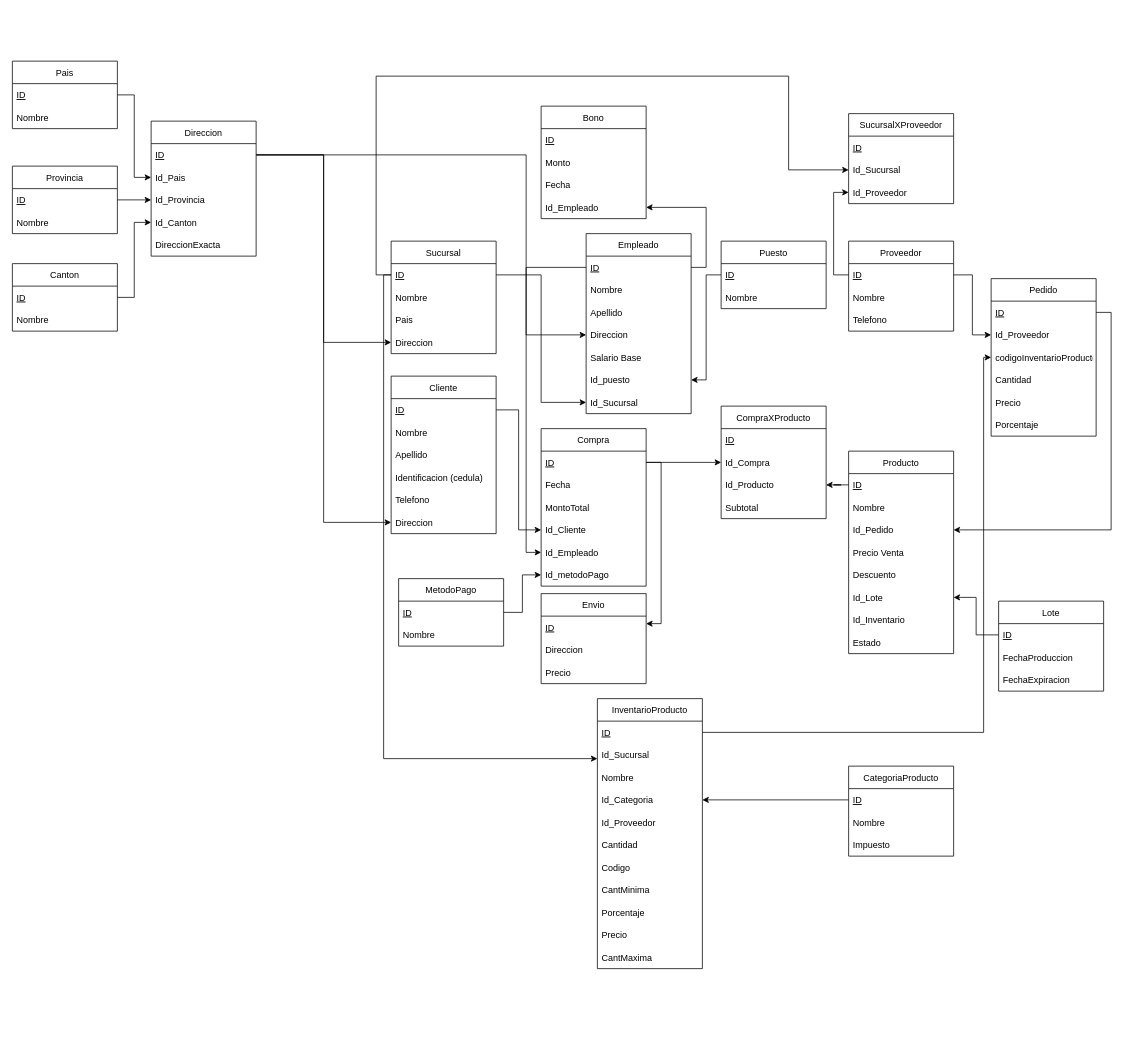
Valhylian/Proyecto1-BD keeps this draw.io diagram as diagrama de tablas.drawio. Above is the earlier version. Source tidied: cells renumbered, new cells numbered last; positions are measured from the earlier drawing's top-left corner, leaving out a move shared by most shapes. Both pictures are drawn from the tidied source at 75%, with x=0, y=0 at pixel (12, 61).
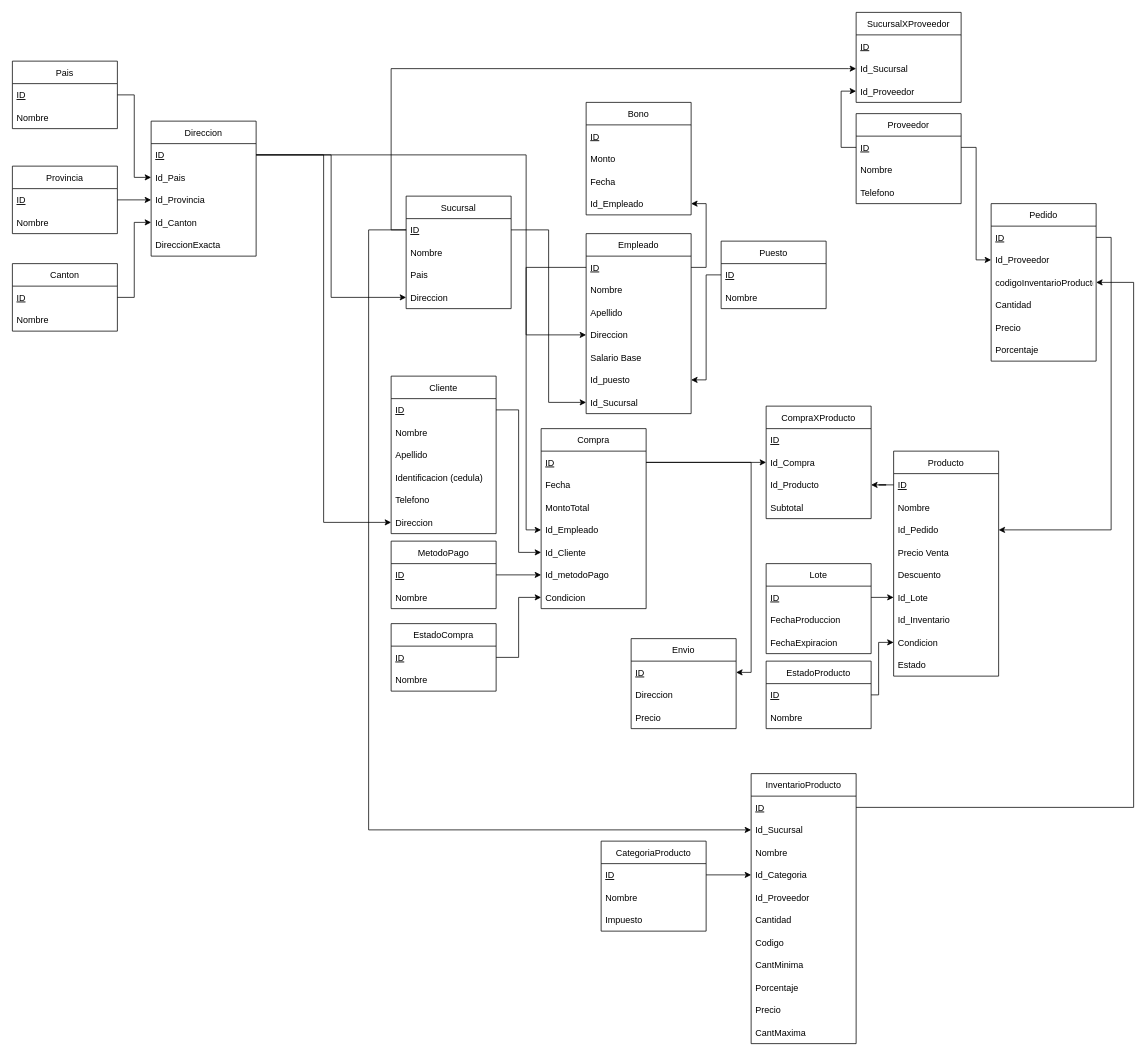
Above is the later version.

Unchanged cells that the change refers to:
```xml
<mxCell id="3" value="ID" style="text;strokeColor=none;fillColor=none;align=left;verticalAlign=middle;spacingLeft=4;spacingRight=4;overflow=hidden;points=[[0,0.5],[1,0.5]];portConstraint=eastwest;fontStyle=4;" parent="2" vertex="1">
  <mxGeometry y="30" width="140" height="30" as="geometry" />
</mxCell>
<mxCell id="28" value="ID" style="text;strokeColor=none;fillColor=none;align=left;verticalAlign=middle;spacingLeft=4;spacingRight=4;overflow=hidden;points=[[0,0.5],[1,0.5]];portConstraint=eastwest;fontStyle=4;" parent="27" vertex="1">
  <mxGeometry y="30" width="140" height="30" as="geometry" />
</mxCell>
<mxCell id="46" value="Id_Lote" style="text;strokeColor=none;fillColor=none;align=left;verticalAlign=middle;spacingLeft=4;spacingRight=4;overflow=hidden;points=[[0,0.5],[1,0.5]];portConstraint=eastwest;" parent="40" vertex="1">
  <mxGeometry y="180" width="140" height="30" as="geometry" />
</mxCell>
<mxCell id="57" value="codigoInventarioProducto" style="text;strokeColor=none;fillColor=none;align=left;verticalAlign=middle;spacingLeft=4;spacingRight=4;overflow=hidden;points=[[0,0.5],[1,0.5]];portConstraint=eastwest;" parent="54" vertex="1">
  <mxGeometry y="90" width="140" height="30" as="geometry" />
</mxCell>
<mxCell id="63" value="ID" style="text;strokeColor=none;fillColor=none;align=left;verticalAlign=middle;spacingLeft=4;spacingRight=4;overflow=hidden;points=[[0,0.5],[1,0.5]];portConstraint=eastwest;fontStyle=4;" parent="62" vertex="1">
  <mxGeometry y="30" width="140" height="30" as="geometry" />
</mxCell>
<mxCell id="75" value="ID" style="text;strokeColor=none;fillColor=none;align=left;verticalAlign=middle;spacingLeft=4;spacingRight=4;overflow=hidden;points=[[0,0.5],[1,0.5]];portConstraint=eastwest;fontStyle=4;" parent="74" vertex="1">
  <mxGeometry y="30" width="140" height="30" as="geometry" />
</mxCell>
<mxCell id="80" value="ID" style="text;strokeColor=none;fillColor=none;align=left;verticalAlign=middle;spacingLeft=4;spacingRight=4;overflow=hidden;points=[[0,0.5],[1,0.5]];portConstraint=eastwest;fontStyle=4;" parent="79" vertex="1">
  <mxGeometry y="30" width="140" height="30" as="geometry" />
</mxCell>
<mxCell id="89" value="Id_Sucursal" style="text;strokeColor=none;fillColor=none;align=left;verticalAlign=middle;spacingLeft=4;spacingRight=4;overflow=hidden;points=[[0,0.5],[1,0.5]];portConstraint=eastwest;" parent="87" vertex="1">
  <mxGeometry y="60" width="140" height="30" as="geometry" />
</mxCell>
<mxCell id="94" value="ID" style="text;strokeColor=none;fillColor=none;align=left;verticalAlign=middle;spacingLeft=4;spacingRight=4;overflow=hidden;points=[[0,0.5],[1,0.5]];portConstraint=eastwest;fontStyle=4;" parent="93" vertex="1">
  <mxGeometry y="30" width="140" height="30" as="geometry" />
</mxCell>
<mxCell id="95" value="Id_Sucursal" style="text;strokeColor=none;fillColor=none;align=left;verticalAlign=middle;spacingLeft=4;spacingRight=4;overflow=hidden;points=[[0,0.5],[1,0.5]];portConstraint=eastwest;" parent="93" vertex="1">
  <mxGeometry y="60" width="140" height="30" as="geometry" />
</mxCell>
<mxCell id="97" value="Id_Categoria" style="text;strokeColor=none;fillColor=none;align=left;verticalAlign=middle;spacingLeft=4;spacingRight=4;overflow=hidden;points=[[0,0.5],[1,0.5]];portConstraint=eastwest;" parent="93" vertex="1">
  <mxGeometry y="120" width="140" height="30" as="geometry" />
</mxCell>
```

What changed in the source:
```diff
@@
     <mxCell id="2" value="Sucursal" style="swimlane;fontStyle=0;horizontal=1;startSize=30;" parent="1" vertex="1">
-      <mxGeometry x="505" y="240" width="140" height="150" as="geometry" />
+      <mxGeometry x="525" y="180" width="140" height="150" as="geometry" />
     </mxCell>
@@
     <mxCell id="27" value="Compra" style="swimlane;fontStyle=0;horizontal=1;startSize=30;" parent="1" vertex="1">
-      <mxGeometry x="705" y="490" width="140" height="210" as="geometry" />
+      <mxGeometry x="705" y="490" width="140" height="240" as="geometry" />
     </mxCell>
@@
+    <mxCell id="32" value="Id_Empleado" style="text;strokeColor=none;fillColor=none;align=left;verticalAlign=middle;spacingLeft=4;spacingRight=4;overflow=hidden;points=[[0,0.5],[1,0.5]];portConstraint=eastwest;" parent="27" vertex="1">
+      <mxGeometry y="120" width="140" height="30" as="geometry" />
+    </mxCell>
     <mxCell id="31" value="Id_Cliente" style="text;strokeColor=none;fillColor=none;align=left;verticalAlign=middle;spacingLeft=4;spacingRight=4;overflow=hidden;points=[[0,0.5],[1,0.5]];portConstraint=eastwest;" parent="27" vertex="1">
-      <mxGeometry y="120" width="140" height="30" as="geometry" />
+      <mxGeometry y="150" width="140" height="30" as="geometry" />
     </mxCell>
-    <mxCell id="32" value="Id_Empleado" style="text;strokeColor=none;fillColor=none;align=left;verticalAlign=middle;spacingLeft=4;spacingRight=4;overflow=hidden;points=[[0,0.5],[1,0.5]];portConstraint=eastwest;" parent="27" vertex="1">
-      <mxGeometry y="150" width="140" height="30" as="geometry" />
-    </mxCell>
@@
+    <mxCell id="131" value="Condicion" style="text;strokeColor=none;fillColor=none;align=left;verticalAlign=middle;spacingLeft=4;spacingRight=4;overflow=hidden;points=[[0,0.5],[1,0.5]];portConstraint=eastwest;" parent="27" vertex="1">
+      <mxGeometry y="210" width="140" height="30" as="geometry" />
+    </mxCell>
@@
     <mxCell id="35" value="CompraXProducto" style="swimlane;fontStyle=0;horizontal=1;startSize=30;" parent="1" vertex="1">
-      <mxGeometry x="945" y="460" width="140" height="150" as="geometry" />
+      <mxGeometry x="1005" y="460" width="140" height="150" as="geometry" />
     </mxCell>
@@
     <mxCell id="40" value="Producto" style="swimlane;fontStyle=0;horizontal=1;startSize=30;" parent="1" vertex="1">
-      <mxGeometry x="1115" y="520" width="140" height="270" as="geometry" />
+      <mxGeometry x="1175" y="520" width="140" height="300" as="geometry" />
     </mxCell>
@@
-    <mxCell id="48" value="Estado" style="text;strokeColor=none;fillColor=none;align=left;verticalAlign=middle;spacingLeft=4;spacingRight=4;overflow=hidden;points=[[0,0.5],[1,0.5]];portConstraint=eastwest;" parent="40" vertex="1">
+    <mxCell id="48" value="Condicion" style="text;strokeColor=none;fillColor=none;align=left;verticalAlign=middle;spacingLeft=4;spacingRight=4;overflow=hidden;points=[[0,0.5],[1,0.5]];portConstraint=eastwest;" parent="40" vertex="1">
       <mxGeometry y="240" width="140" height="30" as="geometry" />
     </mxCell>
+    <mxCell id="132" value="Estado" style="text;strokeColor=none;fillColor=none;align=left;verticalAlign=middle;spacingLeft=4;spacingRight=4;overflow=hidden;" parent="40" vertex="1">
+      <mxGeometry y="270" width="140" height="30" as="geometry" />
+    </mxCell>
@@
     <mxCell id="50" value="Proveedor" style="swimlane;fontStyle=0;horizontal=1;startSize=30;" parent="1" vertex="1">
-      <mxGeometry x="1115" y="240" width="140" height="120" as="geometry" />
+      <mxGeometry x="1125" y="70" width="140" height="120" as="geometry" />
     </mxCell>
@@
     <mxCell id="54" value="Pedido" style="swimlane;fontStyle=0;horizontal=1;startSize=30;" parent="1" vertex="1">
-      <mxGeometry x="1305" y="290" width="140" height="210" as="geometry" />
+      <mxGeometry x="1305" y="190" width="140" height="210" as="geometry" />
     </mxCell>
@@
     <mxCell id="62" value="CategoriaProducto" style="swimlane;fontStyle=0;horizontal=1;startSize=30;" parent="1" vertex="1">
-      <mxGeometry x="1115" y="940" width="140" height="120" as="geometry" />
+      <mxGeometry x="785" y="1040" width="140" height="120" as="geometry" />
     </mxCell>
@@
     <mxCell id="66" value="Bono" style="swimlane;fontStyle=0;horizontal=1;startSize=30;" parent="1" vertex="1">
-      <mxGeometry x="705" y="60" width="140" height="150" as="geometry" />
+      <mxGeometry x="765" y="55" width="140" height="150" as="geometry" />
     </mxCell>
@@
-    <mxCell id="72" style="edgeStyle=orthogonalEdgeStyle;rounded=0;jettySize=auto;html=1;exitX=0;exitY=0.5;exitDx=0;exitDy=0;entryX=1;entryY=0.5;entryDx=0;entryDy=0;" parent="1" edge="1" source="63" target="97">
-      <mxGeometry relative="1" as="geometry" />
-    </mxCell>
@@
     <mxCell id="74" value="Envio" style="swimlane;fontStyle=0;horizontal=1;startSize=30;" parent="1" vertex="1">
-      <mxGeometry x="705" y="710" width="140" height="120" as="geometry" />
+      <mxGeometry x="825" y="770" width="140" height="120" as="geometry" />
     </mxCell>
@@
-    <mxCell id="78" style="edgeStyle=orthogonalEdgeStyle;rounded=0;jettySize=auto;html=1;exitX=1;exitY=0.5;exitDx=0;exitDy=0;" parent="1" edge="1" source="28">
-      <mxGeometry relative="1" as="geometry">
-        <mxPoint x="845" y="750" as="targetPoint" />
-        <Array as="points">
-          <mxPoint x="865" y="535" />
-          <mxPoint x="865" y="750" />
-          <mxPoint x="845" y="750" />
-        </Array>
-      </mxGeometry>
-    </mxCell>
     <mxCell id="79" value="Lote" style="swimlane;fontStyle=0;horizontal=1;startSize=30;" parent="1" vertex="1">
-      <mxGeometry x="1315" y="720" width="140" height="120" as="geometry" />
+      <mxGeometry x="1005" y="670" width="140" height="120" as="geometry" />
     </mxCell>
@@
-    <mxCell id="83" style="edgeStyle=orthogonalEdgeStyle;rounded=0;jettySize=auto;html=1;exitX=0;exitY=0.5;exitDx=0;exitDy=0;entryX=1;entryY=0.5;entryDx=0;entryDy=0;" parent="1" edge="1" source="80" target="46">
-      <mxGeometry relative="1" as="geometry" />
-    </mxCell>
@@
     <mxCell id="87" value="SucursalXProveedor" style="swimlane;fontStyle=0;horizontal=1;startSize=30;" parent="1" vertex="1">
-      <mxGeometry x="1115" y="70" width="140" height="120" as="geometry" />
+      <mxGeometry x="1125" y="-65" width="140" height="120" as="geometry" />
     </mxCell>
@@
-    <mxCell id="91" style="edgeStyle=orthogonalEdgeStyle;rounded=0;jettySize=auto;html=1;exitX=0;exitY=0.5;exitDx=0;exitDy=0;entryX=0;entryY=0.5;entryDx=0;entryDy=0;" parent="1" edge="1" source="3" target="89">
-      <mxGeometry relative="1" as="geometry">
-        <Array as="points">
-          <mxPoint x="485" y="285" />
-          <mxPoint x="485" y="20" />
-          <mxPoint x="1035" y="20" />
-          <mxPoint x="1035" y="145" />
-        </Array>
-      </mxGeometry>
-    </mxCell>
@@
     <mxCell id="93" value="InventarioProducto" style="swimlane;fontStyle=0;horizontal=1;startSize=30;" parent="1" vertex="1">
-      <mxGeometry x="780" y="850" width="140" height="360" as="geometry" />
+      <mxGeometry x="985" y="950" width="140" height="360" as="geometry" />
     </mxCell>
@@
-    <mxCell id="105" style="edgeStyle=orthogonalEdgeStyle;rounded=0;jettySize=auto;html=1;exitX=0;exitY=0.5;exitDx=0;exitDy=0;" parent="1" edge="1" source="3">
-      <mxGeometry relative="1" as="geometry">
-        <mxPoint x="780" y="930" as="targetPoint" />
-        <Array as="points">
-          <mxPoint x="495" y="285" />
-          <mxPoint x="495" y="930" />
-          <mxPoint x="780" y="930" />
-        </Array>
-      </mxGeometry>
-    </mxCell>
     <mxCell id="106" value="MetodoPago" style="swimlane;fontStyle=0;horizontal=1;startSize=30;" parent="1" vertex="1">
-      <mxGeometry x="515" y="690" width="140" height="90" as="geometry" />
+      <mxGeometry x="505" y="640" width="140" height="90" as="geometry" />
     </mxCell>
@@
-    <mxCell id="111" style="edgeStyle=orthogonalEdgeStyle;rounded=0;jettySize=auto;html=1;entryX=0;entryY=0.5;entryDx=0;entryDy=0;exitX=1;exitY=0.5;exitDx=0;exitDy=0;" parent="1" edge="1" source="94" target="57">
-      <mxGeometry relative="1" as="geometry">
-        <Array as="points">
-          <mxPoint x="1295" y="895" />
-          <mxPoint x="1295" y="395" />
-        </Array>
-      </mxGeometry>
-    </mxCell>
@@
+    <mxCell id="91" style="edgeStyle=orthogonalEdgeStyle;rounded=0;jettySize=auto;html=1;exitX=0;exitY=0.5;exitDx=0;exitDy=0;entryX=0;entryY=0.5;entryDx=0;entryDy=0;" parent="1" edge="1" source="3" target="89">
+      <mxGeometry relative="1" as="geometry">
+        <Array as="points">
+          <mxPoint x="505" y="225" />
+          <mxPoint x="505" y="10" />
+          <mxPoint x="1115" y="10" />
+        </Array>
+      </mxGeometry>
+    </mxCell>
+    <mxCell id="72" style="edgeStyle=orthogonalEdgeStyle;rounded=0;jettySize=auto;html=1;exitX=1;exitY=0.5;exitDx=0;exitDy=0;entryX=0;entryY=0.5;entryDx=0;entryDy=0;" parent="1" edge="1" source="63" target="97">
+      <mxGeometry relative="1" as="geometry" />
+    </mxCell>
+    <mxCell id="83" style="edgeStyle=orthogonalEdgeStyle;rounded=0;jettySize=auto;html=1;exitX=1;exitY=0.5;exitDx=0;exitDy=0;entryX=0;entryY=0.5;entryDx=0;entryDy=0;" parent="1" edge="1" source="80" target="46">
+      <mxGeometry relative="1" as="geometry" />
+    </mxCell>
+    <mxCell id="133" style="edgeStyle=orthogonalEdgeStyle;rounded=0;jettySize=auto;html=1;exitX=1;exitY=0.5;exitDx=0;exitDy=0;entryX=1;entryY=0.5;entryDx=0;entryDy=0;" parent="1" edge="1" source="28" target="75">
+      <mxGeometry relative="1" as="geometry">
+        <Array as="points">
+          <mxPoint x="985" y="535" />
+          <mxPoint x="985" y="815" />
+        </Array>
+      </mxGeometry>
+    </mxCell>
+    <mxCell id="134" value="EstadoCompra" style="swimlane;fontStyle=0;horizontal=1;startSize=30;" parent="1" vertex="1">
+      <mxGeometry x="505" y="750" width="140" height="90" as="geometry" />
+    </mxCell>
+    <mxCell id="135" value="ID" style="text;strokeColor=none;fillColor=none;align=left;verticalAlign=middle;spacingLeft=4;spacingRight=4;overflow=hidden;points=[[0,0.5],[1,0.5]];portConstraint=eastwest;fontStyle=4;" parent="134" vertex="1">
+      <mxGeometry y="30" width="140" height="30" as="geometry" />
+    </mxCell>
+    <mxCell id="136" value="Nombre" style="text;strokeColor=none;fillColor=none;align=left;verticalAlign=middle;spacingLeft=4;spacingRight=4;overflow=hidden;" parent="134" vertex="1">
+      <mxGeometry y="60" width="140" height="30" as="geometry" />
+    </mxCell>
+    <mxCell id="137" style="edgeStyle=orthogonalEdgeStyle;rounded=0;jettySize=auto;html=1;exitX=1;exitY=0.5;exitDx=0;exitDy=0;entryX=0;entryY=0.5;entryDx=0;entryDy=0;" parent="1" edge="1" source="135" target="131">
+      <mxGeometry relative="1" as="geometry" />
+    </mxCell>
+    <mxCell id="138" value="EstadoProducto" style="swimlane;fontStyle=0;horizontal=1;startSize=30;" parent="1" vertex="1">
+      <mxGeometry x="1005" y="800" width="140" height="90" as="geometry" />
+    </mxCell>
+    <mxCell id="139" value="ID" style="text;strokeColor=none;fillColor=none;align=left;verticalAlign=middle;spacingLeft=4;spacingRight=4;overflow=hidden;points=[[0,0.5],[1,0.5]];portConstraint=eastwest;fontStyle=4;" parent="138" vertex="1">
+      <mxGeometry y="30" width="140" height="30" as="geometry" />
+    </mxCell>
+    <mxCell id="140" value="Nombre" style="text;strokeColor=none;fillColor=none;align=left;verticalAlign=middle;spacingLeft=4;spacingRight=4;overflow=hidden;" parent="138" vertex="1">
+      <mxGeometry y="60" width="140" height="30" as="geometry" />
+    </mxCell>
+    <mxCell id="111" style="edgeStyle=orthogonalEdgeStyle;rounded=0;jettySize=auto;html=1;exitX=1;exitY=0.5;exitDx=0;exitDy=0;entryX=1;entryY=0.5;entryDx=0;entryDy=0;" parent="1" edge="1" source="94" target="57">
+      <mxGeometry relative="1" as="geometry">
+        <Array as="points">
+          <mxPoint x="1495" y="995" />
+          <mxPoint x="1495" y="295" />
+        </Array>
+      </mxGeometry>
+    </mxCell>
+    <mxCell id="141" style="edgeStyle=orthogonalEdgeStyle;rounded=0;jettySize=auto;html=1;exitX=0;exitY=0.5;exitDx=0;exitDy=0;" parent="1" edge="1" source="3" target="95">
+      <mxGeometry relative="1" as="geometry">
+        <Array as="points">
+          <mxPoint x="475" y="225" />
+          <mxPoint x="475" y="1025" />
+        </Array>
+      </mxGeometry>
+    </mxCell>
+    <mxCell id="142" style="edgeStyle=orthogonalEdgeStyle;rounded=0;jettySize=auto;html=1;exitX=1;exitY=0.5;exitDx=0;exitDy=0;entryX=0;entryY=0.5;entryDx=0;entryDy=0;" parent="1" edge="1" source="139" target="48">
+      <mxGeometry relative="1" as="geometry">
+        <Array as="points">
+          <mxPoint x="1155" y="845" />
+          <mxPoint x="1155" y="775" />
+        </Array>
+      </mxGeometry>
+    </mxCell>
```
